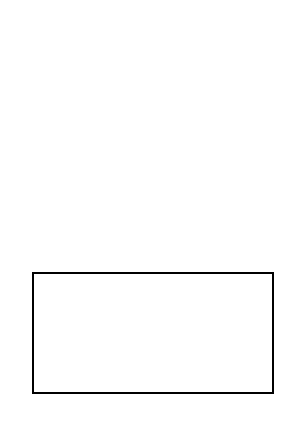
Before: Diagram2.drawio in small-steps/images, a draw.io diagram. Source tidied: cells renumbered, new cells numbered last; positions are measured from the earlier drawing's top-left corner, leaving out a move shared by most shapes. Both pictures are drawn from the tidied source at 200%, with x=0, y=0 at pixel (32, 272).
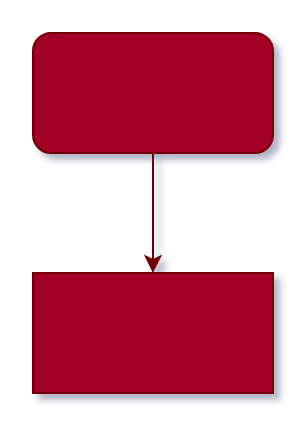
After the change.

What changed in the source:
```diff
@@
-<mxGraphModel>
+<mxGraphModel background="#ffffff" shadow="1">
   <root>
     <mxCell id="0" />
     <mxCell id="1" parent="0" />
-    <mxCell id="2" style="rounded=0;whiteSpace=wrap;html=1;" parent="1" vertex="1">
+    <mxCell id="2" style="rounded=0;whiteSpace=wrap;html=1;fillColor=#a20025;strokeColor=#6F0000;fontColor=#ffffff;" parent="1" vertex="1">
       <mxGeometry width="120" height="60" as="geometry" />
     </mxCell>
+    <mxCell id="3" style="edgeStyle=orthogonalEdgeStyle;rounded=0;jettySize=auto;html=1;entryX=0.5;entryY=0;entryDx=0;entryDy=0;fillColor=#a20025;strokeColor=#6F0000;" parent="1" edge="1" source="4" target="2">
+      <mxGeometry relative="1" as="geometry" />
+    </mxCell>
+    <mxCell id="4" style="rounded=1;whiteSpace=wrap;html=1;fillColor=#a20025;strokeColor=#6F0000;fontColor=#ffffff;" parent="1" vertex="1">
+      <mxGeometry y="-120" width="120" height="60" as="geometry" />
+    </mxCell>
   </root>
 </mxGraphModel>
```
